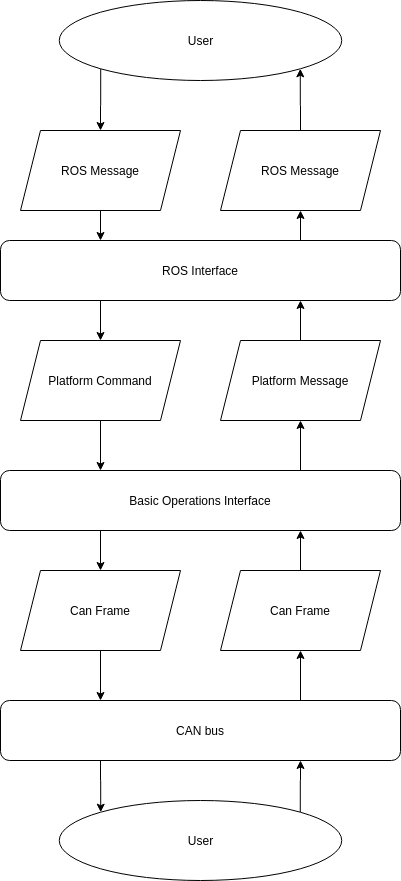
Above: docs/_images/communication_overview.png in westonrobot/wrdocs (draw.io), before the change. Source tidied: cells renumbered, new cells last; positions are measured from the earlier drawing's top-left corner, leaving out a move shared by most shapes.
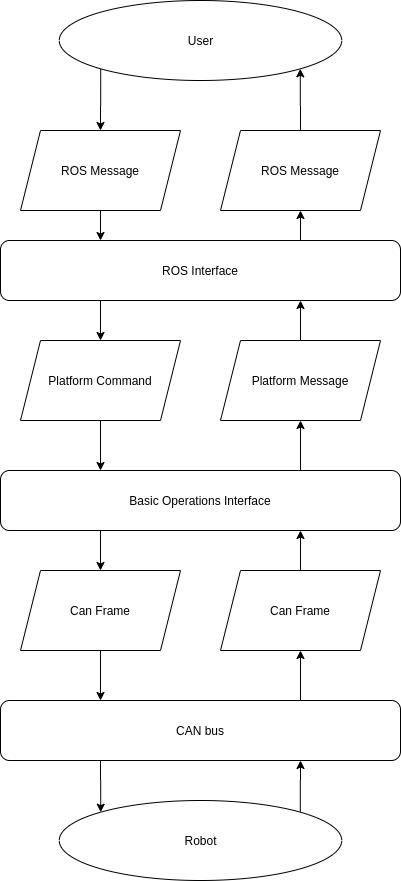
After the commit.

The edit, as a diff of the source:
```diff
@@ -62,20 +62,20 @@
     <mxCell id="21" style="edgeStyle=orthogonalEdgeStyle;rounded=0;jettySize=auto;html=1;exitX=0.75;exitY=0;exitDx=0;exitDy=0;entryX=0.5;entryY=1;entryDx=0;entryDy=0;" parent="1" edge="1" source="23" target="20">
       <mxGeometry relative="1" as="geometry" />
     </mxCell>
-    <mxCell id="22" style="edgeStyle=orthogonalEdgeStyle;rounded=0;jettySize=auto;html=1;exitX=0.25;exitY=1;exitDx=0;exitDy=0;entryX=0;entryY=0;entryDx=0;entryDy=0;" parent="1" edge="1" source="23" target="26">
-      <mxGeometry relative="1" as="geometry" />
-    </mxCell>
+    <mxCell id="27" style="edgeStyle=orthogonalEdgeStyle;rounded=0;jettySize=auto;html=1;exitX=0.25;exitY=1;exitDx=0;exitDy=0;entryX=0;entryY=0;entryDx=0;entryDy=0;" parent="1" edge="1" source="23" target="29">
+      <mxGeometry relative="1" as="geometry" />
+    </mxCell>
     <mxCell id="23" value="CAN bus" style="rounded=1;whiteSpace=wrap;html=1;" parent="1" vertex="1">
       <mxGeometry y="700" width="400" height="60" as="geometry" />
     </mxCell>
     <mxCell id="24" value="User" style="ellipse;whiteSpace=wrap;html=1;" parent="1" vertex="1">
       <mxGeometry x="58.8" width="282.5" height="80" as="geometry" />
     </mxCell>
-    <mxCell id="25" style="edgeStyle=orthogonalEdgeStyle;rounded=0;jettySize=auto;html=1;exitX=1;exitY=0;exitDx=0;exitDy=0;entryX=0.75;entryY=1;entryDx=0;entryDy=0;" parent="1" edge="1" source="26" target="23">
-      <mxGeometry relative="1" as="geometry" />
-    </mxCell>
-    <mxCell id="26" value="User" style="ellipse;whiteSpace=wrap;html=1;" parent="1" vertex="1">
-      <mxGeometry x="58.8" y="800" width="282.5" height="80" as="geometry" />
-    </mxCell>
+    <mxCell id="28" style="edgeStyle=orthogonalEdgeStyle;rounded=0;jettySize=auto;html=1;exitX=1;exitY=0;exitDx=0;exitDy=0;entryX=0.75;entryY=1;entryDx=0;entryDy=0;" parent="1" edge="1" source="29" target="23">
+      <mxGeometry relative="1" as="geometry" />
+    </mxCell>
+    <mxCell id="29" value="Robot" style="ellipse;whiteSpace=wrap;html=1;" parent="1" vertex="1">
+      <mxGeometry x="58.8" y="800" width="282.5" height="80" as="geometry" />
+    </mxCell>
   </root>
 </mxGraphModel>
```
